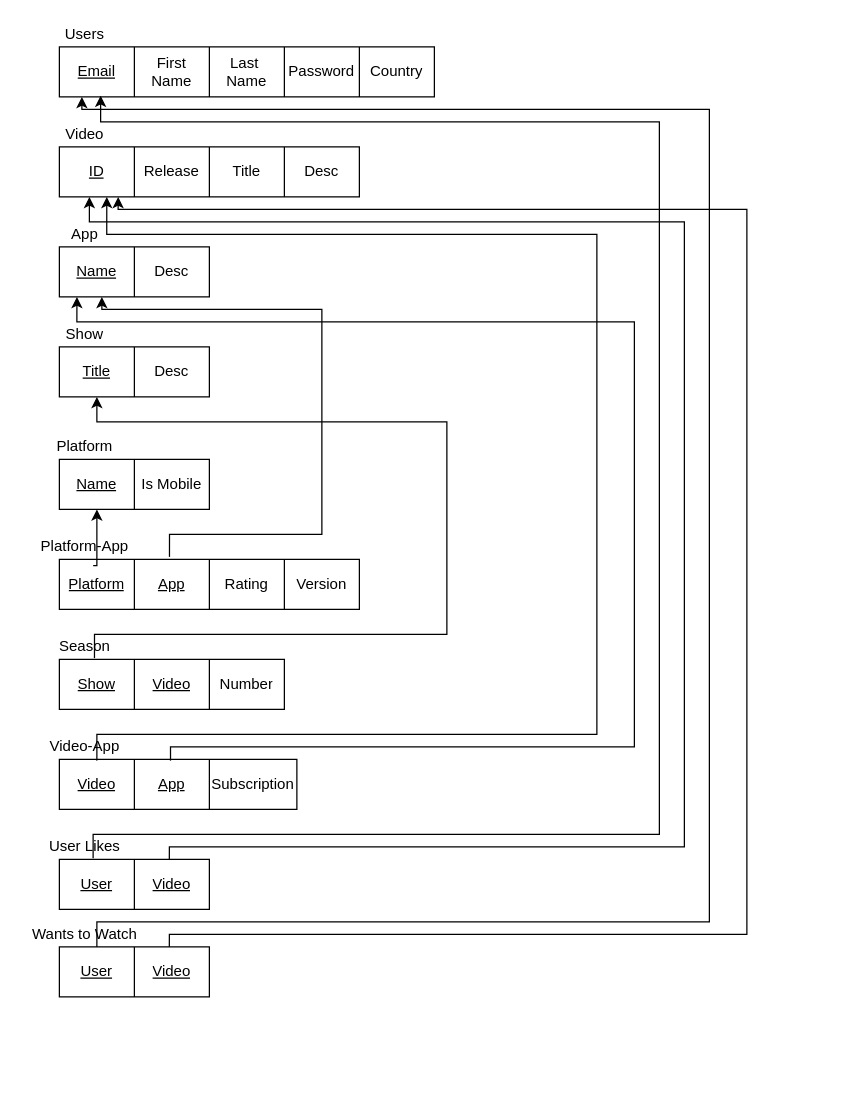
Earlier version of the draw.io diagram Relational.drawio (oloveluck/VideoStreamingApp). Source tidied: cells renumbered, new cells numbered last; positions are measured from the earlier drawing's top-left corner, leaving out a move shared by most shapes. Both pictures are drawn from the tidied source at 125%, with x=0, y=0 at pixel (21, 21).
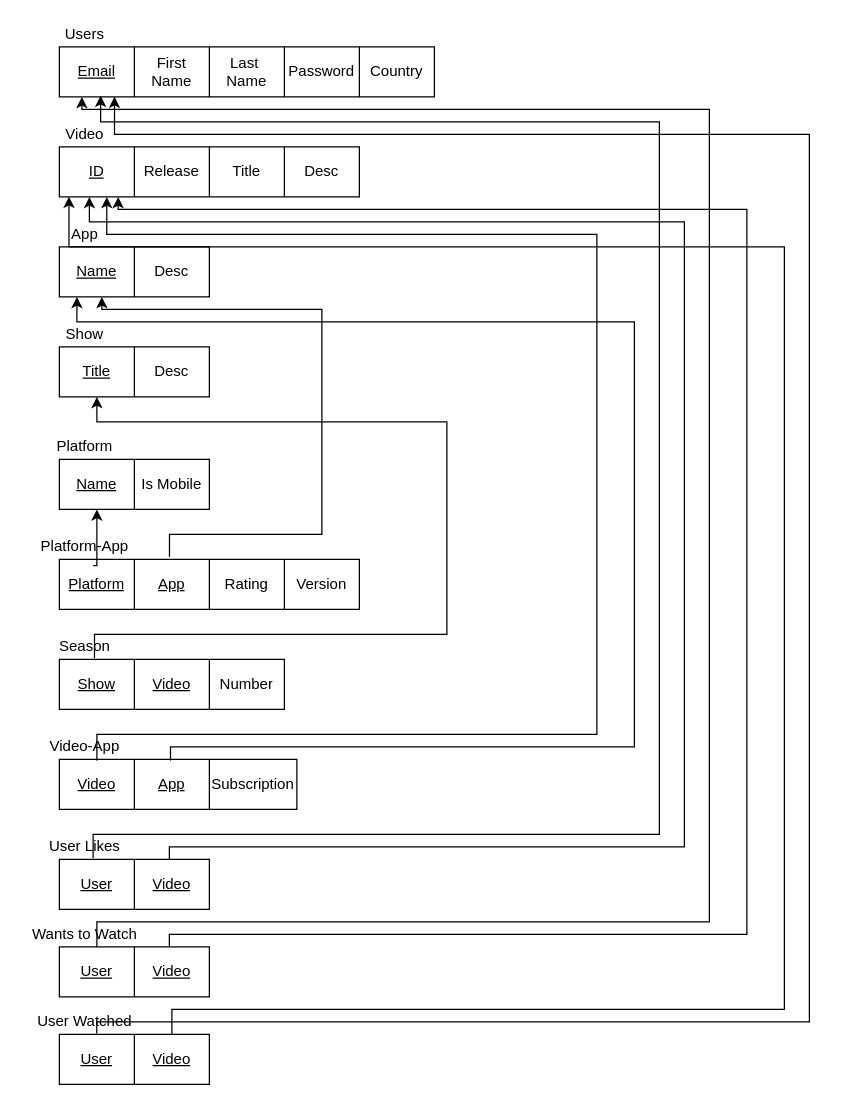
Above is the later version.

Unchanged cells that the change refers to:
```xml
<mxCell id="3" style="shape=partialRectangle;html=1;whiteSpace=wrap;fillColor=none;top=0;left=0;bottom=0;right=0;points=[[0,0.5],[1,0.5]];portConstraint=eastwest;" parent="2" vertex="1">
  <mxGeometry width="300" height="40" as="geometry" />
</mxCell>
<mxCell id="11" style="shape=partialRectangle;html=1;whiteSpace=wrap;fillColor=none;top=0;left=0;bottom=0;right=0;points=[[0,0.5],[1,0.5]];portConstraint=eastwest;" parent="10" vertex="1">
  <mxGeometry width="240" height="40" as="geometry" />
</mxCell>
```

Diff of the diagram source:
```diff
@@
+    <mxCell id="70" style="shape=table;html=1;whiteSpace=wrap;startSize=0;childLayout=tableLayout;" parent="1" vertex="1">
+      <mxGeometry x="30" y="810" width="120" height="40" as="geometry" />
+    </mxCell>
+    <mxCell id="71" style="shape=partialRectangle;html=1;whiteSpace=wrap;fillColor=none;top=0;left=0;bottom=0;right=0;points=[[0,0.5],[1,0.5]];portConstraint=eastwest;" parent="70" vertex="1">
+      <mxGeometry width="120" height="40" as="geometry" />
+    </mxCell>
+    <mxCell id="72" value="&lt;u&gt;User&lt;br&gt;&lt;/u&gt;" style="shape=partialRectangle;html=1;whiteSpace=wrap;fillColor=none;top=0;left=0;bottom=0;right=0;overflow=hidden;" parent="71" vertex="1">
+      <mxGeometry width="60" height="40" as="geometry" />
+    </mxCell>
+    <mxCell id="73" value="&lt;u&gt;Video&lt;/u&gt;" style="shape=partialRectangle;html=1;whiteSpace=wrap;fillColor=none;top=0;left=0;bottom=0;right=0;overflow=hidden;" parent="71" vertex="1">
+      <mxGeometry x="60" width="60" height="40" as="geometry" />
+    </mxCell>
+    <mxCell id="74" value="User Watched" style="text;html=1;align=center;verticalAlign=middle;points=[];" parent="1" vertex="1">
+      <mxGeometry x="5" y="790" width="90" height="20" as="geometry" />
+    </mxCell>
+    <mxCell id="75" style="endArrow=classic;html=1;edgeStyle=orthogonalEdgeStyle;rounded=0;exitX=0.75;exitY=0.01;exitDx=0;exitDy=0;exitPerimeter=0;entryX=0.032;entryY=0.996;entryDx=0;entryDy=0;entryPerimeter=0;" parent="1" edge="1" source="71" target="11">
+      <mxGeometry relative="1" as="geometry">
+        <Array as="points">
+          <mxPoint x="120" y="790" />
+          <mxPoint x="610" y="790" />
+          <mxPoint x="610" y="180" />
+          <mxPoint x="38" y="180" />
+        </Array>
+      </mxGeometry>
+    </mxCell>
+    <mxCell id="76" style="endArrow=classic;html=1;edgeStyle=orthogonalEdgeStyle;rounded=0;exitX=0.61;exitY=0.962;exitDx=0;exitDy=0;exitPerimeter=0;entryX=0.147;entryY=0.996;entryDx=0;entryDy=0;entryPerimeter=0;" parent="1" edge="1" source="74" target="3">
+      <mxGeometry relative="1" as="geometry">
+        <Array as="points">
+          <mxPoint x="60" y="800" />
+          <mxPoint x="630" y="800" />
+          <mxPoint x="630" y="90" />
+          <mxPoint x="74" y="90" />
+        </Array>
+      </mxGeometry>
+    </mxCell>
```
